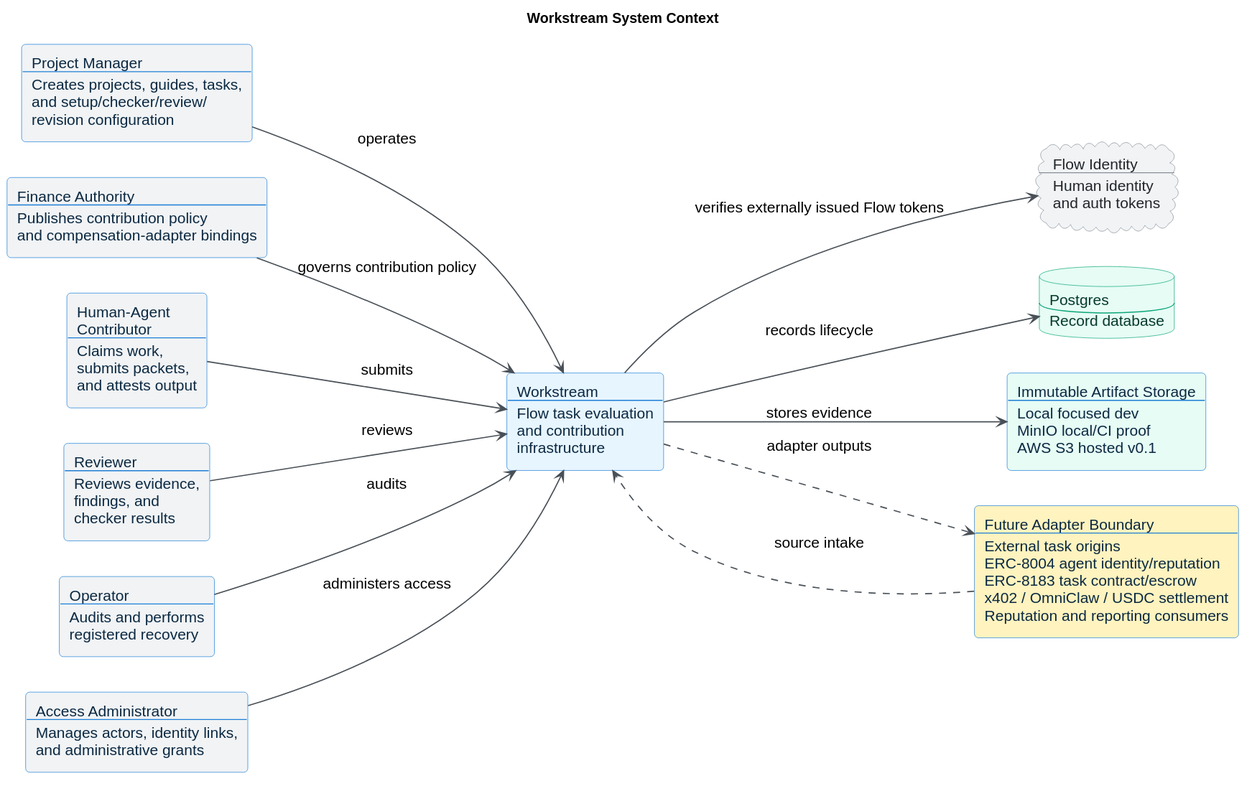
This is docs/diagrams/rendered/workstream_context.svg from Flow-Research/workstream, a PlantUML export, as it was before one commit.
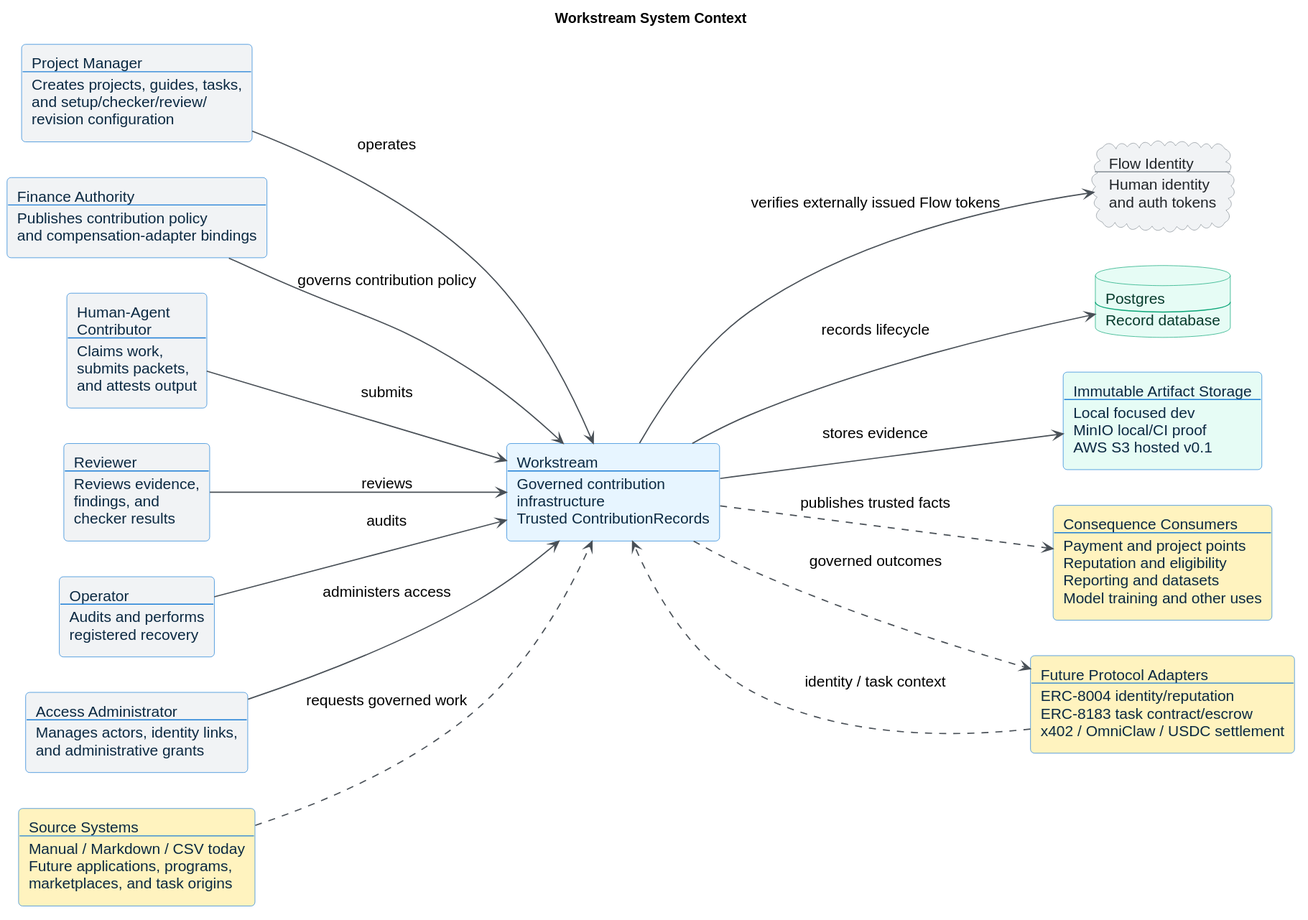
The same diagram one commit later.

What changed in the source:
```diff
@@ -34,13 +34,17 @@
 rectangle "Operator\n----\nAudits and performs\nregistered recovery" as operator #F1F3F5
 rectangle "Access Administrator\n----\nManages actors, identity links,\nand administrative grants" as access_administrator #F1F3F5
 
-rectangle "Workstream\n----\nFlow task evaluation\nand contribution\ninfrastructure" as workstream #E7F5FF
+rectangle "Workstream\n----\nGoverned contribution\ninfrastructure\nTrusted ContributionRecords" as workstream #E7F5FF
 
 cloud "Flow Identity\n----\nHuman identity\nand auth tokens" as flow_auth
 database "Postgres\n----\nRecord database" as postgres
 rectangle "Immutable Artifact Storage\n----\nLocal focused dev\nMinIO local/CI proof\nAWS S3 hosted v0.1" as storage #E6FCF5
 
-rectangle "Future Adapter Boundary\n----\nExternal task origins\nERC-8004 agent identity/reputation\nERC-8183 task contract/escrow\nx402 / OmniClaw / USDC settlement\nReputation and reporting consumers" as future_boundary #FFF3BF
+rectangle "Source Systems\n----\nManual / Markdown / CSV today\nFuture applications, programs,\nmarketplaces, and task origins" as source_systems #FFF3BF
+
+rectangle "Consequence Consumers\n----\nPayment and project points\nReputation and eligibility\nReporting and datasets\nModel training and other uses" as consequence_consumers #FFF3BF
+
+rectangle "Future Protocol Adapters\n----\nERC-8004 identity/reputation\nERC-8183 task contract/escrow\nx402 / OmniClaw / USDC settlement" as future_protocols #FFF3BF
 
 project_manager --> workstream : operates
 finance_authority --> workstream : governs contribution policy
@@ -53,6 +57,8 @@
 workstream --> postgres : records lifecycle
 workstream --> storage : stores evidence
 
-future_boundary ..> workstream : source intake
-workstream ..> future_boundary : adapter outputs
+source_systems ..> workstream : requests governed work
+workstream ..> consequence_consumers : publishes trusted facts
+future_protocols ..> workstream : identity / task context
+workstream ..> future_protocols : governed outcomes
 @enduml
```
